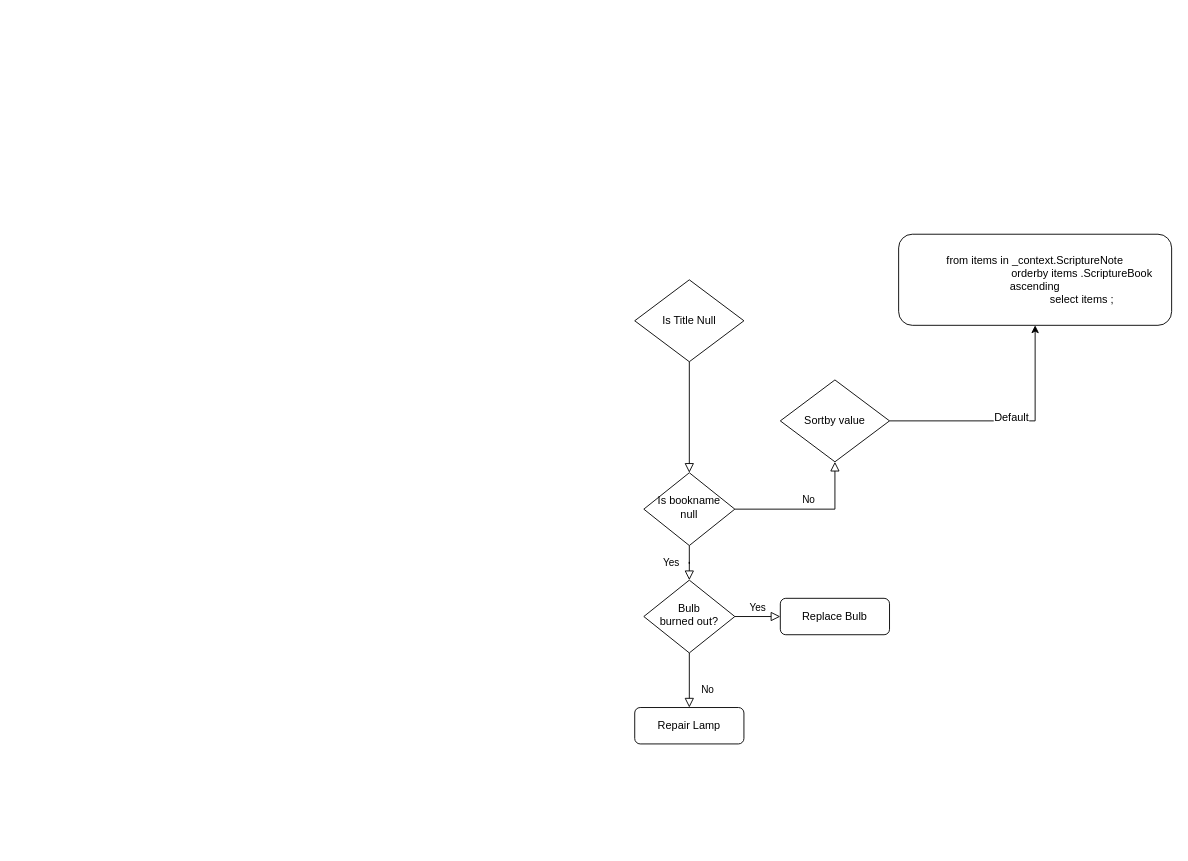
This is Filter Diagram.drawio from Mosher-Scott/W07-Assignment, a draw.io file, before an edit. Source tidied: cells renumbered, new cells numbered last; positions are measured from the earlier drawing's top-left corner, leaving out a move shared by most shapes. Both pictures are drawn from the tidied source at 91%, with x=0, y=0 at pixel (634, 234).
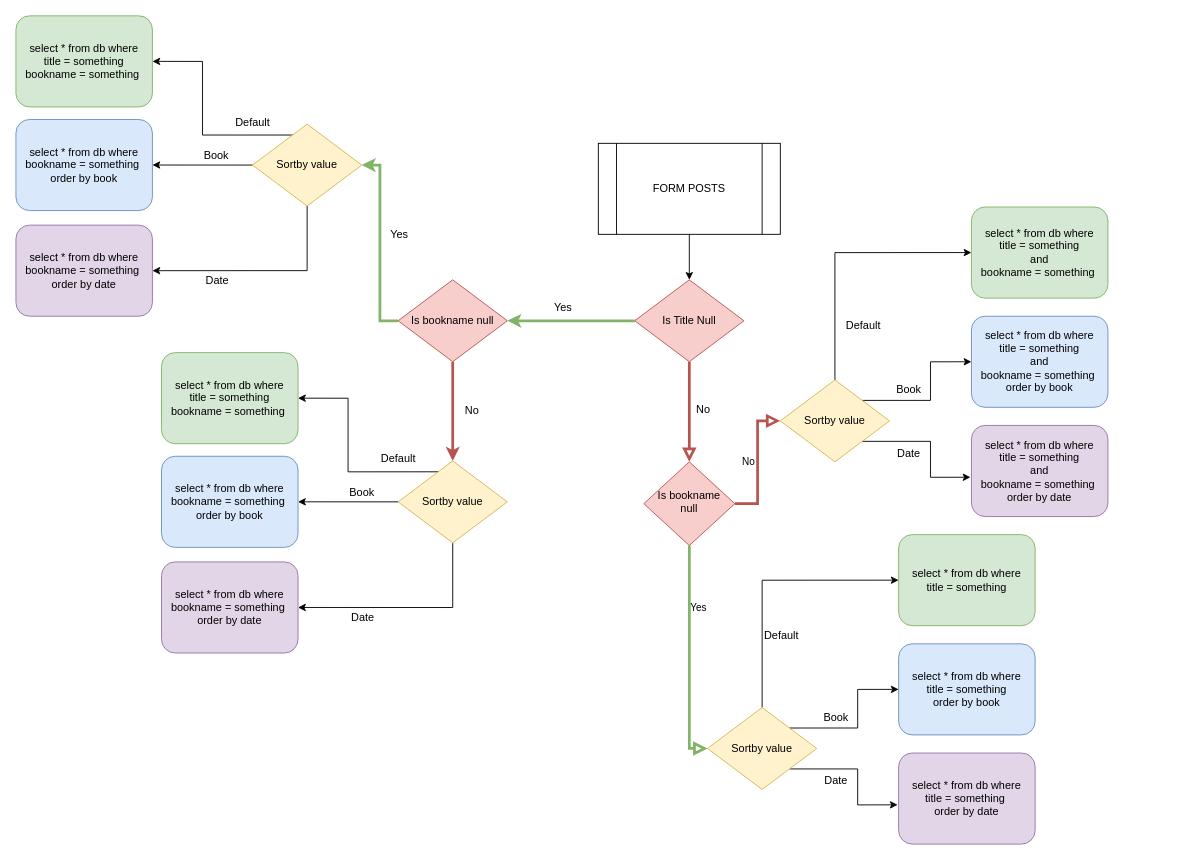
After the change.

The edit, as a diff of the source:
```diff
@@
-    <mxCell id="2" style="rounded=0;html=1;jettySize=auto;fontSize=11;endArrow=block;endFill=0;endSize=8;strokeWidth=1;shadow=0;labelBackgroundColor=none;edgeStyle=orthogonalEdgeStyle;" parent="1" edge="1" source="3" target="6">
+    <mxCell id="2" style="rounded=0;html=1;jettySize=auto;fontSize=11;endArrow=block;endFill=0;endSize=8;strokeWidth=3;shadow=0;labelBackgroundColor=none;edgeStyle=orthogonalEdgeStyle;fillColor=#f8cecc;strokeColor=#b85450;" parent="1" edge="1" source="3" target="6">
       <mxGeometry relative="1" as="geometry" />
     </mxCell>
+    <mxCell id="16" style="edgeStyle=orthogonalEdgeStyle;rounded=0;jettySize=auto;html=1;fillColor=#d5e8d4;strokeColor=#82b366;strokeWidth=3;" parent="1" edge="1" source="3" target="22">
+      <mxGeometry relative="1" as="geometry" />
+    </mxCell>
+    <mxCell id="17" value="Yes" style="text;html=1;align=center;verticalAlign=middle;labelBackgroundColor=#ffffff;" parent="16" vertex="1">
+      <mxGeometry x="0.27" y="2" relative="1" as="geometry">
+        <mxPoint x="9" y="-17" as="offset" />
+      </mxGeometry>
+    </mxCell>
-    <mxCell id="3" value="Is Title Null" style="rhombus;whiteSpace=wrap;html=1;shadow=0;fontFamily=Helvetica;fontSize=12;fontColor=#000000;align=center;strokeColor=#000000;strokeWidth=1;fillColor=#ffffff;" parent="1" vertex="1">
+    <mxCell id="3" value="Is Title Null" style="rhombus;whiteSpace=wrap;html=1;shadow=0;fontFamily=Helvetica;fontSize=12;align=center;strokeColor=#b85450;strokeWidth=1;fillColor=#f8cecc;" parent="1" vertex="1">
       <mxGeometry y="50" width="120" height="90" as="geometry" />
     </mxCell>
+    <mxCell id="18" style="edgeStyle=orthogonalEdgeStyle;rounded=0;jettySize=auto;html=1;entryX=0.5;entryY=0;entryDx=0;entryDy=0;fillColor=#f8cecc;strokeColor=#b85450;strokeWidth=3;" parent="1" edge="1" source="22" target="45">
+      <mxGeometry relative="1" as="geometry" />
+    </mxCell>
+    <mxCell id="19" value="No" style="text;html=1;align=center;verticalAlign=middle;labelBackgroundColor=#ffffff;" parent="18" vertex="1">
+      <mxGeometry x="-0.26" y="-1" relative="1" as="geometry">
+        <mxPoint x="21" y="13.1" as="offset" />
+      </mxGeometry>
+    </mxCell>
+    <mxCell id="20" style="edgeStyle=orthogonalEdgeStyle;rounded=0;jettySize=auto;html=1;entryX=1;entryY=0.5;entryDx=0;entryDy=0;fillColor=#d5e8d4;strokeColor=#82b366;strokeWidth=3;" parent="1" edge="1" source="22" target="58">
+      <mxGeometry relative="1" as="geometry" />
+    </mxCell>
+    <mxCell id="21" value="Yes" style="text;html=1;align=center;verticalAlign=middle;labelBackgroundColor=#ffffff;" parent="20" vertex="1">
+      <mxGeometry x="-0.11" y="-26" relative="1" as="geometry">
+        <mxPoint x="-6" y="-21" as="offset" />
+      </mxGeometry>
+    </mxCell>
+    <mxCell id="22" value="Is bookname null" style="rhombus;whiteSpace=wrap;html=1;shadow=0;fontFamily=Helvetica;fontSize=12;align=center;strokeColor=#b85450;strokeWidth=1;fillColor=#f8cecc;" parent="1" vertex="1">
+      <mxGeometry x="-260" y="50" width="120" height="90" as="geometry" />
+    </mxCell>
-    <mxCell id="4" value="Yes" style="rounded=0;html=1;jettySize=auto;fontSize=11;endArrow=block;endFill=0;endSize=8;strokeWidth=1;shadow=0;labelBackgroundColor=none;edgeStyle=orthogonalEdgeStyle;" parent="1" edge="1" source="6" target="13">
-      <mxGeometry y="20" relative="1" as="geometry" />
+    <mxCell id="4" value="Yes" style="rounded=0;html=1;jettySize=auto;fontSize=11;endArrow=block;endFill=0;endSize=8;strokeWidth=3;shadow=0;labelBackgroundColor=none;edgeStyle=orthogonalEdgeStyle;entryX=0;entryY=0.5;entryDx=0;entryDy=0;fillColor=#d5e8d4;strokeColor=#82b366;" parent="1" edge="1" source="6" target="35">
+      <mxGeometry x="0.92" y="155" relative="1" as="geometry" />
     </mxCell>
-    <mxCell id="5" value="No" style="edgeStyle=orthogonalEdgeStyle;rounded=0;html=1;jettySize=auto;fontSize=11;endArrow=block;endFill=0;endSize=8;strokeWidth=1;shadow=0;labelBackgroundColor=none;" parent="1" edge="1" source="6" target="9">
+    <mxCell id="5" value="No" style="edgeStyle=orthogonalEdgeStyle;rounded=0;html=1;jettySize=auto;fontSize=11;endArrow=block;endFill=0;endSize=8;strokeWidth=3;shadow=0;labelBackgroundColor=none;fillColor=#f8cecc;strokeColor=#b85450;" parent="1" edge="1" source="6" target="9">
       <mxGeometry y="10" relative="1" as="geometry" />
     </mxCell>
-    <mxCell id="6" value="Is bookname null" style="rhombus;whiteSpace=wrap;html=1;shadow=0;fontFamily=Helvetica;fontSize=12;align=center;strokeWidth=1;spacing=6;spacingTop=-4;" parent="1" vertex="1">
-      <mxGeometry x="10" y="262" width="100" height="80" as="geometry" />
+    <mxCell id="6" value="Is bookname null" style="rhombus;whiteSpace=wrap;html=1;shadow=0;fontFamily=Helvetica;fontSize=12;align=center;strokeWidth=1;spacing=6;spacingTop=-4;fillColor=#f8cecc;strokeColor=#b85450;" parent="1" vertex="1">
+      <mxGeometry x="10" y="250" width="100" height="92" as="geometry" />
     </mxCell>
-    <mxCell id="7" style="edgeStyle=orthogonalEdgeStyle;rounded=0;jettySize=auto;html=1;" parent="1" edge="1" source="9" target="10">
+    <mxCell id="7" style="edgeStyle=orthogonalEdgeStyle;rounded=0;jettySize=auto;html=1;exitX=0.5;exitY=0;exitDx=0;exitDy=0;entryX=0;entryY=0.5;entryDx=0;entryDy=0;" parent="1" edge="1" source="9" target="10">
       <mxGeometry relative="1" as="geometry" />
     </mxCell>
     <mxCell id="8" value="Default" style="text;html=1;align=center;verticalAlign=middle;labelBackgroundColor=#ffffff;" parent="7" vertex="1">
       <mxGeometry x="-0.19" y="6" relative="1" as="geometry">
-        <mxPoint x="26" y="2.4" as="offset" />
+        <mxPoint x="36" y="57" as="offset" />
       </mxGeometry>
     </mxCell>
+    <mxCell id="23" style="edgeStyle=orthogonalEdgeStyle;rounded=0;jettySize=auto;html=1;exitX=1;exitY=0;exitDx=0;exitDy=0;entryX=0;entryY=0.5;entryDx=0;entryDy=0;" parent="1" edge="1" source="9" target="27">
+      <mxGeometry relative="1" as="geometry" />
+    </mxCell>
+    <mxCell id="24" value="Book" style="text;html=1;align=center;verticalAlign=middle;labelBackgroundColor=#ffffff;" parent="23" vertex="1">
+      <mxGeometry x="-0.34" y="1" relative="1" as="geometry">
+        <mxPoint x="-4" y="-11.5" as="offset" />
+      </mxGeometry>
+    </mxCell>
+    <mxCell id="25" style="edgeStyle=orthogonalEdgeStyle;rounded=0;jettySize=auto;html=1;exitX=1;exitY=1;exitDx=0;exitDy=0;entryX=-0.007;entryY=0.569;entryDx=0;entryDy=0;entryPerimeter=0;" parent="1" edge="1" source="9" target="29">
+      <mxGeometry relative="1" as="geometry" />
+    </mxCell>
-    <mxCell id="9" value="Sortby value" style="rhombus;whiteSpace=wrap;html=1;shadow=0;fontFamily=Helvetica;fontSize=12;fontColor=#000000;align=center;strokeColor=#000000;strokeWidth=1;fillColor=#ffffff;" parent="1" vertex="1">
+    <mxCell id="9" value="Sortby value" style="rhombus;whiteSpace=wrap;html=1;shadow=0;fontFamily=Helvetica;fontSize=12;align=center;strokeColor=#d6b656;strokeWidth=1;fillColor=#fff2cc;" parent="1" vertex="1">
       <mxGeometry x="160" y="160" width="120" height="90" as="geometry" />
     </mxCell>
-    <mxCell id="10" value="&lt;div&gt;from items in _context.ScriptureNote&lt;/div&gt;&lt;div&gt;&amp;nbsp; &amp;nbsp; &amp;nbsp; &amp;nbsp; &amp;nbsp; &amp;nbsp; &amp;nbsp; &amp;nbsp; &amp;nbsp; &amp;nbsp; &amp;nbsp; &amp;nbsp; &amp;nbsp; &amp;nbsp; &amp;nbsp; &amp;nbsp;orderby items&amp;nbsp;.ScriptureBook ascending&lt;/div&gt;&lt;div&gt;&amp;nbsp; &amp;nbsp; &amp;nbsp; &amp;nbsp; &amp;nbsp; &amp;nbsp; &amp;nbsp; &amp;nbsp; &amp;nbsp; &amp;nbsp; &amp;nbsp; &amp;nbsp; &amp;nbsp; &amp;nbsp; &amp;nbsp; &amp;nbsp;select items&amp;nbsp;;&lt;/div&gt;" style="rounded=1;whiteSpace=wrap;html=1;shadow=0;fontFamily=Helvetica;fontSize=12;fontColor=#000000;align=center;strokeColor=#000000;strokeWidth=1;fillColor=#ffffff;" parent="1" vertex="1">
-      <mxGeometry x="290" y="-0.1" width="300" height="100.1" as="geometry" />
+    <mxCell id="10" value="&lt;div&gt;select * from db where&lt;/div&gt;&lt;div&gt;title = something&lt;/div&gt;&lt;div&gt;and&lt;/div&gt;&lt;div&gt;bookname = something&amp;nbsp;&lt;/div&gt;" style="rounded=1;whiteSpace=wrap;html=1;shadow=0;fontFamily=Helvetica;fontSize=12;align=center;strokeColor=#82b366;strokeWidth=1;fillColor=#d5e8d4;" parent="1" vertex="1">
+      <mxGeometry x="370" y="-30" width="150" height="100.1" as="geometry" />
     </mxCell>
-    <mxCell id="11" value="No" style="rounded=0;html=1;jettySize=auto;fontSize=11;endArrow=block;endFill=0;endSize=8;strokeWidth=1;shadow=0;labelBackgroundColor=none;edgeStyle=orthogonalEdgeStyle;" parent="1" edge="1" source="13" target="14">
-      <mxGeometry x="0.33" y="20" relative="1" as="geometry" />
-    </mxCell>
-    <mxCell id="12" value="Yes" style="edgeStyle=orthogonalEdgeStyle;rounded=0;html=1;jettySize=auto;fontSize=11;endArrow=block;endFill=0;endSize=8;strokeWidth=1;shadow=0;labelBackgroundColor=none;" parent="1" edge="1" source="13" target="15">
-      <mxGeometry y="10" relative="1" as="geometry" />
-    </mxCell>
-    <mxCell id="13" value="Bulb&lt;br&gt;burned out?" style="rhombus;whiteSpace=wrap;html=1;shadow=0;fontFamily=Helvetica;fontSize=12;align=center;strokeWidth=1;spacing=6;spacingTop=-4;" parent="1" vertex="1">
-      <mxGeometry x="10" y="380" width="100" height="80" as="geometry" />
-    </mxCell>
-    <mxCell id="14" value="Repair Lamp" style="rounded=1;whiteSpace=wrap;html=1;fontSize=12;glass=0;strokeWidth=1;shadow=0;" parent="1" vertex="1">
-      <mxGeometry y="520" width="120" height="40" as="geometry" />
-    </mxCell>
-    <mxCell id="15" value="Replace Bulb" style="rounded=1;whiteSpace=wrap;html=1;fontSize=12;glass=0;strokeWidth=1;shadow=0;" parent="1" vertex="1">
-      <mxGeometry x="160" y="400" width="120" height="40" as="geometry" />
-    </mxCell>
+    <mxCell id="26" value="No" style="text;html=1;align=center;verticalAlign=middle;" parent="1" vertex="1">
+      <mxGeometry x="60" y="183" width="30" height="20" as="geometry" />
+    </mxCell>
+    <mxCell id="27" value="&lt;div&gt;select * from db where&lt;/div&gt;&lt;div&gt;title = something&lt;/div&gt;&lt;div&gt;and&lt;/div&gt;&lt;div&gt;bookname = something&amp;nbsp;&lt;/div&gt;&lt;div&gt;order by book&lt;/div&gt;" style="rounded=1;whiteSpace=wrap;html=1;shadow=0;fontFamily=Helvetica;fontSize=12;align=center;strokeColor=#6c8ebf;strokeWidth=1;fillColor=#dae8fc;" parent="1" vertex="1">
+      <mxGeometry x="370" y="90" width="150" height="100.1" as="geometry" />
+    </mxCell>
+    <mxCell id="28" value="Date" style="text;html=1;align=center;verticalAlign=middle;labelBackgroundColor=#ffffff;" parent="1" vertex="1">
+      <mxGeometry x="310" y="240" as="geometry">
+        <mxPoint x="-10" y="0.5" as="offset" />
+      </mxGeometry>
+    </mxCell>
+    <mxCell id="29" value="&lt;div&gt;select * from db where&lt;/div&gt;&lt;div&gt;title = something&lt;/div&gt;&lt;div&gt;and&lt;/div&gt;&lt;div&gt;bookname = something&amp;nbsp;&lt;/div&gt;&lt;div&gt;order by date&lt;/div&gt;" style="rounded=1;whiteSpace=wrap;html=1;shadow=0;fontFamily=Helvetica;fontSize=12;align=center;strokeColor=#9673a6;strokeWidth=1;fillColor=#e1d5e7;" parent="1" vertex="1">
+      <mxGeometry x="370" y="210" width="150" height="100.1" as="geometry" />
+    </mxCell>
+    <mxCell id="30" style="edgeStyle=orthogonalEdgeStyle;rounded=0;jettySize=auto;html=1;exitX=0.5;exitY=0;exitDx=0;exitDy=0;entryX=0;entryY=0.5;entryDx=0;entryDy=0;" parent="1" edge="1" source="35" target="36">
+      <mxGeometry relative="1" as="geometry" />
+    </mxCell>
+    <mxCell id="31" value="Default" style="text;html=1;align=center;verticalAlign=middle;labelBackgroundColor=#ffffff;" parent="30" vertex="1">
+      <mxGeometry x="-0.19" y="6" relative="1" as="geometry">
+        <mxPoint x="26" y="37" as="offset" />
+      </mxGeometry>
+    </mxCell>
+    <mxCell id="32" style="edgeStyle=orthogonalEdgeStyle;rounded=0;jettySize=auto;html=1;exitX=1;exitY=0;exitDx=0;exitDy=0;entryX=0;entryY=0.5;entryDx=0;entryDy=0;" parent="1" edge="1" source="35" target="37">
+      <mxGeometry relative="1" as="geometry" />
+    </mxCell>
+    <mxCell id="33" value="Book" style="text;html=1;align=center;verticalAlign=middle;labelBackgroundColor=#ffffff;" parent="32" vertex="1">
+      <mxGeometry x="-0.34" y="1" relative="1" as="geometry">
+        <mxPoint x="-4" y="-11.5" as="offset" />
+      </mxGeometry>
+    </mxCell>
+    <mxCell id="34" style="edgeStyle=orthogonalEdgeStyle;rounded=0;jettySize=auto;html=1;exitX=1;exitY=1;exitDx=0;exitDy=0;entryX=-0.007;entryY=0.569;entryDx=0;entryDy=0;entryPerimeter=0;" parent="1" edge="1" source="35" target="39">
+      <mxGeometry relative="1" as="geometry" />
+    </mxCell>
+    <mxCell id="35" value="Sortby value" style="rhombus;whiteSpace=wrap;html=1;shadow=0;fontFamily=Helvetica;fontSize=12;align=center;strokeColor=#d6b656;strokeWidth=1;fillColor=#fff2cc;" parent="1" vertex="1">
+      <mxGeometry x="80" y="520" width="120" height="90" as="geometry" />
+    </mxCell>
+    <mxCell id="36" value="&lt;div&gt;select * from db where&lt;/div&gt;&lt;div&gt;title = something&lt;/div&gt;" style="rounded=1;whiteSpace=wrap;html=1;shadow=0;fontFamily=Helvetica;fontSize=12;align=center;strokeColor=#82b366;strokeWidth=1;fillColor=#d5e8d4;" parent="1" vertex="1">
+      <mxGeometry x="290" y="330" width="150" height="100.1" as="geometry" />
+    </mxCell>
+    <mxCell id="37" value="&lt;div&gt;select * from db where&lt;/div&gt;&lt;div&gt;title = something&lt;/div&gt;&lt;div&gt;&lt;span&gt;order by book&lt;/span&gt;&lt;/div&gt;" style="rounded=1;whiteSpace=wrap;html=1;shadow=0;fontFamily=Helvetica;fontSize=12;align=center;strokeColor=#6c8ebf;strokeWidth=1;fillColor=#dae8fc;" parent="1" vertex="1">
+      <mxGeometry x="290" y="450" width="150" height="100.1" as="geometry" />
+    </mxCell>
+    <mxCell id="38" value="Date" style="text;html=1;align=center;verticalAlign=middle;labelBackgroundColor=#ffffff;" parent="1" vertex="1">
+      <mxGeometry x="230" y="600" as="geometry">
+        <mxPoint x="-10" y="0.5" as="offset" />
+      </mxGeometry>
+    </mxCell>
+    <mxCell id="39" value="&lt;div&gt;select * from db where&lt;/div&gt;&lt;div&gt;title = something&lt;span&gt;&amp;nbsp;&lt;/span&gt;&lt;/div&gt;&lt;div&gt;order by date&lt;/div&gt;" style="rounded=1;whiteSpace=wrap;html=1;shadow=0;fontFamily=Helvetica;fontSize=12;align=center;strokeColor=#9673a6;strokeWidth=1;fillColor=#e1d5e7;" parent="1" vertex="1">
+      <mxGeometry x="290" y="570" width="150" height="100.1" as="geometry" />
+    </mxCell>
+    <mxCell id="40" style="edgeStyle=orthogonalEdgeStyle;rounded=0;jettySize=auto;html=1;exitX=0.383;exitY=0.133;exitDx=0;exitDy=0;entryX=1;entryY=0.5;entryDx=0;entryDy=0;exitPerimeter=0;" parent="1" edge="1" source="45" target="46">
+      <mxGeometry relative="1" as="geometry" />
+    </mxCell>
+    <mxCell id="41" value="Default" style="text;html=1;align=center;verticalAlign=middle;labelBackgroundColor=#ffffff;" parent="40" vertex="1">
+      <mxGeometry x="-0.19" y="6" relative="1" as="geometry">
+        <mxPoint x="50" y="-20" as="offset" />
+      </mxGeometry>
+    </mxCell>
+    <mxCell id="42" style="edgeStyle=orthogonalEdgeStyle;rounded=0;jettySize=auto;html=1;exitX=0;exitY=0.5;exitDx=0;exitDy=0;entryX=1;entryY=0.5;entryDx=0;entryDy=0;" parent="1" edge="1" source="45" target="47">
+      <mxGeometry relative="1" as="geometry" />
+    </mxCell>
+    <mxCell id="43" value="Book" style="text;html=1;align=center;verticalAlign=middle;labelBackgroundColor=#ffffff;" parent="42" vertex="1">
+      <mxGeometry x="-0.34" y="1" relative="1" as="geometry">
+        <mxPoint x="-4" y="-11.5" as="offset" />
+      </mxGeometry>
+    </mxCell>
+    <mxCell id="44" style="edgeStyle=orthogonalEdgeStyle;rounded=0;jettySize=auto;html=1;exitX=0.5;exitY=1;exitDx=0;exitDy=0;entryX=1;entryY=0.5;entryDx=0;entryDy=0;" parent="1" edge="1" source="45" target="49">
+      <mxGeometry relative="1" as="geometry" />
+    </mxCell>
+    <mxCell id="45" value="Sortby value" style="rhombus;whiteSpace=wrap;html=1;shadow=0;fontFamily=Helvetica;fontSize=12;align=center;strokeColor=#d6b656;strokeWidth=1;fillColor=#fff2cc;" parent="1" vertex="1">
+      <mxGeometry x="-260" y="249" width="120" height="90" as="geometry" />
+    </mxCell>
+    <mxCell id="46" value="&lt;div&gt;select * from db where&lt;/div&gt;&lt;div&gt;title = something&lt;/div&gt;&lt;div&gt;bookname = something&amp;nbsp;&lt;/div&gt;" style="rounded=1;whiteSpace=wrap;html=1;shadow=0;fontFamily=Helvetica;fontSize=12;align=center;strokeColor=#82b366;strokeWidth=1;fillColor=#d5e8d4;" parent="1" vertex="1">
+      <mxGeometry x="-520" y="130" width="150" height="100.1" as="geometry" />
+    </mxCell>
+    <mxCell id="47" value="&lt;div&gt;select * from db where&lt;/div&gt;&lt;div&gt;bookname = something&amp;nbsp;&lt;/div&gt;&lt;div&gt;order by book&lt;/div&gt;" style="rounded=1;whiteSpace=wrap;html=1;shadow=0;fontFamily=Helvetica;fontSize=12;align=center;strokeColor=#6c8ebf;strokeWidth=1;fillColor=#dae8fc;" parent="1" vertex="1">
+      <mxGeometry x="-520" y="243.9" width="150" height="100.1" as="geometry" />
+    </mxCell>
+    <mxCell id="48" value="Date" style="text;html=1;align=center;verticalAlign=middle;labelBackgroundColor=#ffffff;" parent="1" vertex="1">
+      <mxGeometry x="-290" y="420" as="geometry">
+        <mxPoint x="-10" y="0.5" as="offset" />
+      </mxGeometry>
+    </mxCell>
+    <mxCell id="49" value="&lt;div&gt;select * from db where&lt;/div&gt;&lt;div&gt;bookname = something&amp;nbsp;&lt;/div&gt;&lt;div&gt;order by date&lt;/div&gt;" style="rounded=1;whiteSpace=wrap;html=1;shadow=0;fontFamily=Helvetica;fontSize=12;align=center;strokeColor=#9673a6;strokeWidth=1;fillColor=#e1d5e7;" parent="1" vertex="1">
+      <mxGeometry x="-520" y="360" width="150" height="100.1" as="geometry" />
+    </mxCell>
+    <mxCell id="50" style="edgeStyle=orthogonalEdgeStyle;rounded=0;jettySize=auto;html=1;exitX=0.5;exitY=1;exitDx=0;exitDy=0;entryX=0.5;entryY=0;entryDx=0;entryDy=0;" parent="1" edge="1" source="51" target="3">
+      <mxGeometry relative="1" as="geometry" />
+    </mxCell>
+    <mxCell id="51" value="FORM POSTS" style="shape=process;whiteSpace=wrap;html=1;backgroundOutline=1;" parent="1" vertex="1">
+      <mxGeometry x="-40" y="-100" width="200" height="100" as="geometry" />
+    </mxCell>
+    <mxCell id="52" value="&amp;nbsp;" style="text;html=1;align=center;verticalAlign=middle;" parent="1" vertex="1">
+      <mxGeometry x="-173" y="71" width="20" height="20" as="geometry" />
+    </mxCell>
+    <mxCell id="53" style="edgeStyle=orthogonalEdgeStyle;rounded=0;jettySize=auto;html=1;exitX=0.383;exitY=0.133;exitDx=0;exitDy=0;entryX=1;entryY=0.5;entryDx=0;entryDy=0;exitPerimeter=0;" parent="1" edge="1" source="58" target="59">
+      <mxGeometry relative="1" as="geometry" />
+    </mxCell>
+    <mxCell id="54" value="Default" style="text;html=1;align=center;verticalAlign=middle;labelBackgroundColor=#ffffff;" parent="53" vertex="1">
+      <mxGeometry x="-0.19" y="6" relative="1" as="geometry">
+        <mxPoint x="50" y="-20" as="offset" />
+      </mxGeometry>
+    </mxCell>
+    <mxCell id="55" style="edgeStyle=orthogonalEdgeStyle;rounded=0;jettySize=auto;html=1;exitX=0;exitY=0.5;exitDx=0;exitDy=0;entryX=1;entryY=0.5;entryDx=0;entryDy=0;" parent="1" edge="1" source="58" target="60">
+      <mxGeometry relative="1" as="geometry" />
+    </mxCell>
+    <mxCell id="56" value="Book" style="text;html=1;align=center;verticalAlign=middle;labelBackgroundColor=#ffffff;" parent="55" vertex="1">
+      <mxGeometry x="-0.34" y="1" relative="1" as="geometry">
+        <mxPoint x="-4" y="-11.5" as="offset" />
+      </mxGeometry>
+    </mxCell>
+    <mxCell id="57" style="edgeStyle=orthogonalEdgeStyle;rounded=0;jettySize=auto;html=1;exitX=0.5;exitY=1;exitDx=0;exitDy=0;entryX=1;entryY=0.5;entryDx=0;entryDy=0;" parent="1" edge="1" source="58" target="62">
+      <mxGeometry relative="1" as="geometry" />
+    </mxCell>
+    <mxCell id="58" value="Sortby value" style="rhombus;whiteSpace=wrap;html=1;shadow=0;fontFamily=Helvetica;fontSize=12;align=center;strokeColor=#d6b656;strokeWidth=1;fillColor=#fff2cc;" parent="1" vertex="1">
+      <mxGeometry x="-420" y="-121.1" width="120" height="90" as="geometry" />
+    </mxCell>
+    <mxCell id="59" value="&lt;div&gt;select * from db where&lt;/div&gt;&lt;div&gt;title = something&lt;/div&gt;&lt;div&gt;bookname = something&amp;nbsp;&lt;/div&gt;" style="rounded=1;whiteSpace=wrap;html=1;shadow=0;fontFamily=Helvetica;fontSize=12;align=center;strokeColor=#82b366;strokeWidth=1;fillColor=#d5e8d4;" parent="1" vertex="1">
+      <mxGeometry x="-680" y="-240.1" width="150" height="100.1" as="geometry" />
+    </mxCell>
+    <mxCell id="60" value="&lt;div&gt;select * from db where&lt;/div&gt;&lt;div&gt;bookname = something&amp;nbsp;&lt;/div&gt;&lt;div&gt;order by book&lt;/div&gt;" style="rounded=1;whiteSpace=wrap;html=1;shadow=0;fontFamily=Helvetica;fontSize=12;align=center;strokeColor=#6c8ebf;strokeWidth=1;fillColor=#dae8fc;" parent="1" vertex="1">
+      <mxGeometry x="-680" y="-126.2" width="150" height="100.1" as="geometry" />
+    </mxCell>
+    <mxCell id="61" value="Date" style="text;html=1;align=center;verticalAlign=middle;labelBackgroundColor=#ffffff;" parent="1" vertex="1">
+      <mxGeometry x="-450" y="49.9" as="geometry">
+        <mxPoint x="-10" y="0.5" as="offset" />
+      </mxGeometry>
+    </mxCell>
+    <mxCell id="62" value="&lt;div&gt;select * from db where&lt;/div&gt;&lt;div&gt;bookname = something&amp;nbsp;&lt;/div&gt;&lt;div&gt;order by date&lt;/div&gt;" style="rounded=1;whiteSpace=wrap;html=1;shadow=0;fontFamily=Helvetica;fontSize=12;align=center;strokeColor=#9673a6;strokeWidth=1;fillColor=#e1d5e7;" parent="1" vertex="1">
+      <mxGeometry x="-680" y="-10.1" width="150" height="100.1" as="geometry" />
+    </mxCell>
+    <mxCell id="63" value="&amp;nbsp; &amp;nbsp; &amp;nbsp; &amp;nbsp;&amp;nbsp;" style="text;html=1;align=center;verticalAlign=middle;" parent="1" vertex="1">
+      <mxGeometry x="-127" y="321" width="40" height="20" as="geometry" />
+    </mxCell>
```
